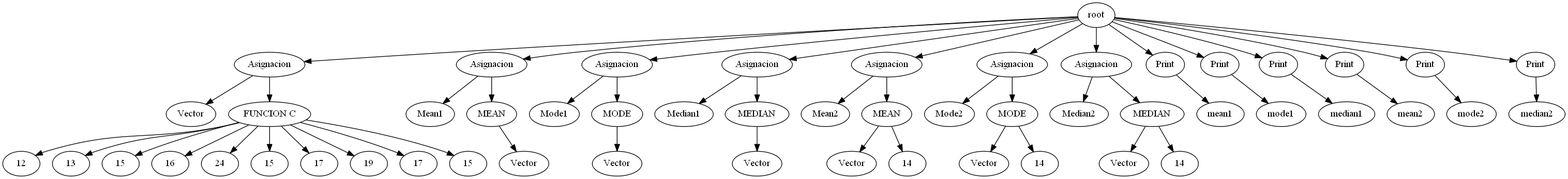
Before: SoftwareArit/AST.png, a diagram exported from Graphviz (EverChicas/ARIT). Its source is kept beside it as SoftwareArit/AST.dot.
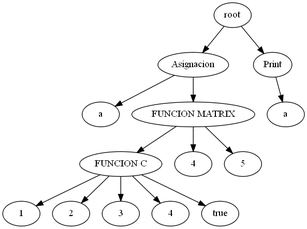
Above is the later version.

Commit message:
creo matrix

The edit, as a diff of the source:
```diff
@@ -1,116 +1,32 @@
 digraph G{
 rankir=TD;
-53 [label = "root"];
-12 [label = "Vector"];
-13 [label = "Asignacion"];
+14 [label = "root"];
+10 [label = "a"];
+11 [label = "Asignacion"];
+11 -> 10;
+9[label = "FUNCION MATRIX"];
+6[label = "FUNCION C"];
+1 [label = "1"];
+2 [label = "2"];
+3 [label = "3"];
+4 [label = "4"];
+5 [label = "true"];
+6 -> 1;
+6 -> 2;
+6 -> 3;
+6 -> 4;
+6 -> 5;
+7 [label = "4"];
+8 [label = "5"];
+9 -> 6;
+9 -> 7;
+9 -> 8;
+11 [label = "Asignacion"];
+11 -> 9;
+12 [label = "a"];
+13 [label = "Print"];
 13 -> 12;
-11[label = "FUNCION C"];
-1 [label = "12"];
-2 [label = "13"];
-3 [label = "15"];
-4 [label = "16"];
-5 [label = "24"];
-6 [label = "15"];
-7 [label = "17"];
-8 [label = "19"];
-9 [label = "17"];
-10 [label = "15"];
-11 -> 1;
-11 -> 2;
-11 -> 3;
-11 -> 4;
-11 -> 5;
-11 -> 6;
-11 -> 7;
-11 -> 8;
-11 -> 9;
-11 -> 10;
-13 [label = "Asignacion"];
-13 -> 11;
-16 [label = "Mean1"];
-17 [label = "Asignacion"];
-17 -> 16;
-15[label = "MEAN"];
-14 [label = "Vector"];
-15 -> 14;
-17 [label = "Asignacion"];
-17 -> 15;
-20 [label = "Mode1"];
-21 [label = "Asignacion"];
-21 -> 20;
-19[label = "MODE"];
-18 [label = "Vector"];
-19 -> 18;
-21 [label = "Asignacion"];
-21 -> 19;
-24 [label = "Median1"];
-25 [label = "Asignacion"];
-25 -> 24;
-23[label = "MEDIAN"];
-22 [label = "Vector"];
-23 -> 22;
-25 [label = "Asignacion"];
-25 -> 23;
-29 [label = "Mean2"];
-30 [label = "Asignacion"];
-30 -> 29;
-28[label = "MEAN"];
-26 [label = "Vector"];
-27 [label = "14"];
-28 -> 26;
-28 -> 27;
-30 [label = "Asignacion"];
-30 -> 28;
-34 [label = "Mode2"];
-35 [label = "Asignacion"];
-35 -> 34;
-33[label = "MODE"];
-31 [label = "Vector"];
-32 [label = "14"];
-33 -> 31;
-33 -> 32;
-35 [label = "Asignacion"];
-35 -> 33;
-39 [label = "Median2"];
-40 [label = "Asignacion"];
-40 -> 39;
-38[label = "MEDIAN"];
-36 [label = "Vector"];
-37 [label = "14"];
-38 -> 36;
-38 -> 37;
-40 [label = "Asignacion"];
-40 -> 38;
-41 [label = "mean1"];
-42 [label = "Print"];
-42 -> 41;
-43 [label = "mode1"];
-44 [label = "Print"];
-44 -> 43;
-45 [label = "median1"];
-46 [label = "Print"];
-46 -> 45;
-47 [label = "mean2"];
-48 [label = "Print"];
-48 -> 47;
-49 [label = "mode2"];
-50 [label = "Print"];
-50 -> 49;
-51 [label = "median2"];
-52 [label = "Print"];
-52 -> 51;
-53 -> 13;
-53 -> 17;
-53 -> 21;
-53 -> 25;
-53 -> 30;
-53 -> 35;
-53 -> 40;
-53 -> 42;
-53 -> 44;
-53 -> 46;
-53 -> 48;
-53 -> 50;
-53 -> 52;
+14 -> 11;
+14 -> 13;
 
 }
```
